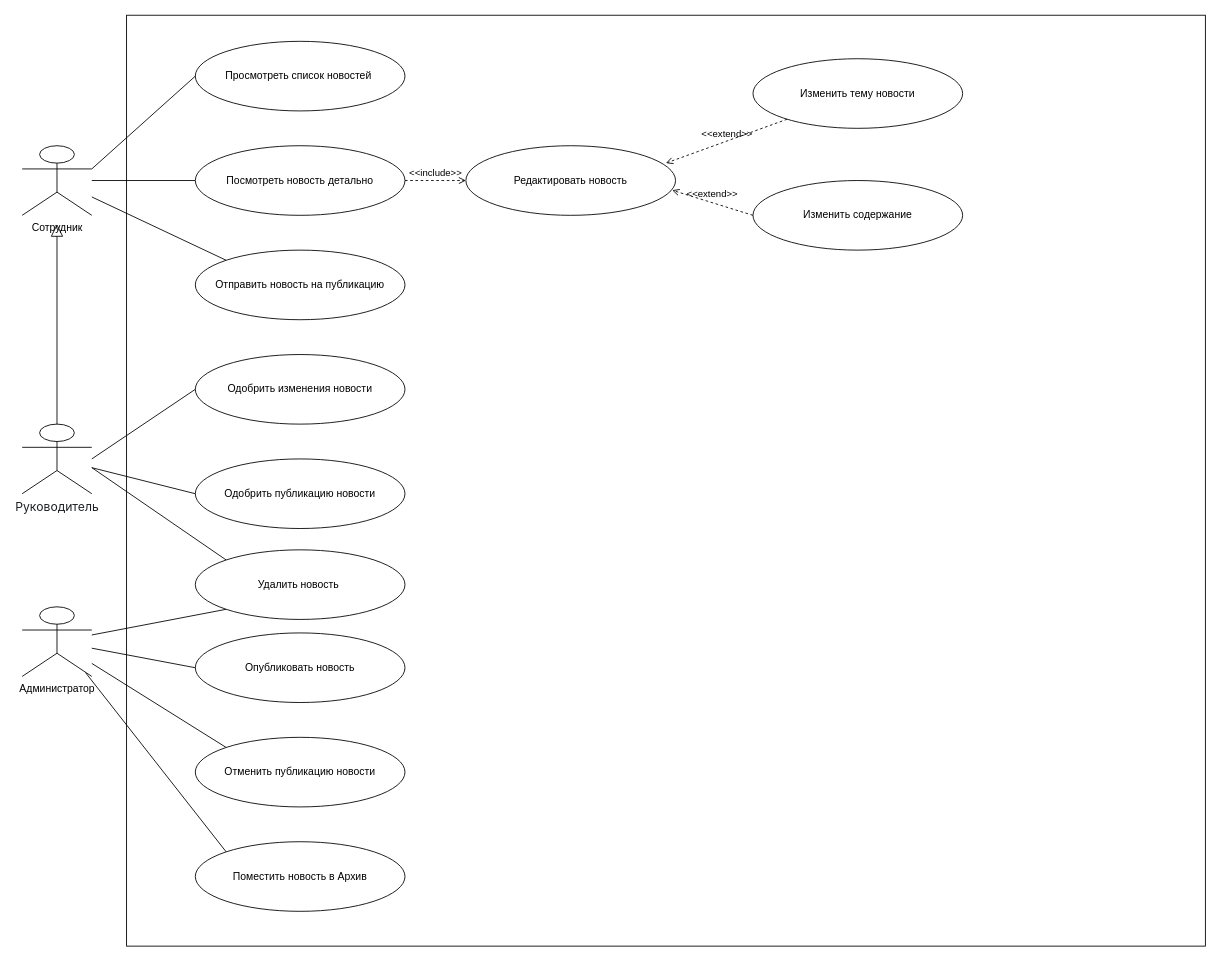
This is Description/Newsfeed/Newsfeed_User.drawio from Fox5113/corporate-social-system, a draw.io file, before an edit. Source tidied: cells renumbered, new cells numbered last; positions are measured from the earlier drawing's top-left corner, leaving out a move shared by most shapes. Both pictures are drawn from the tidied source at 87%, with x=0, y=0 at pixel (22, 15).
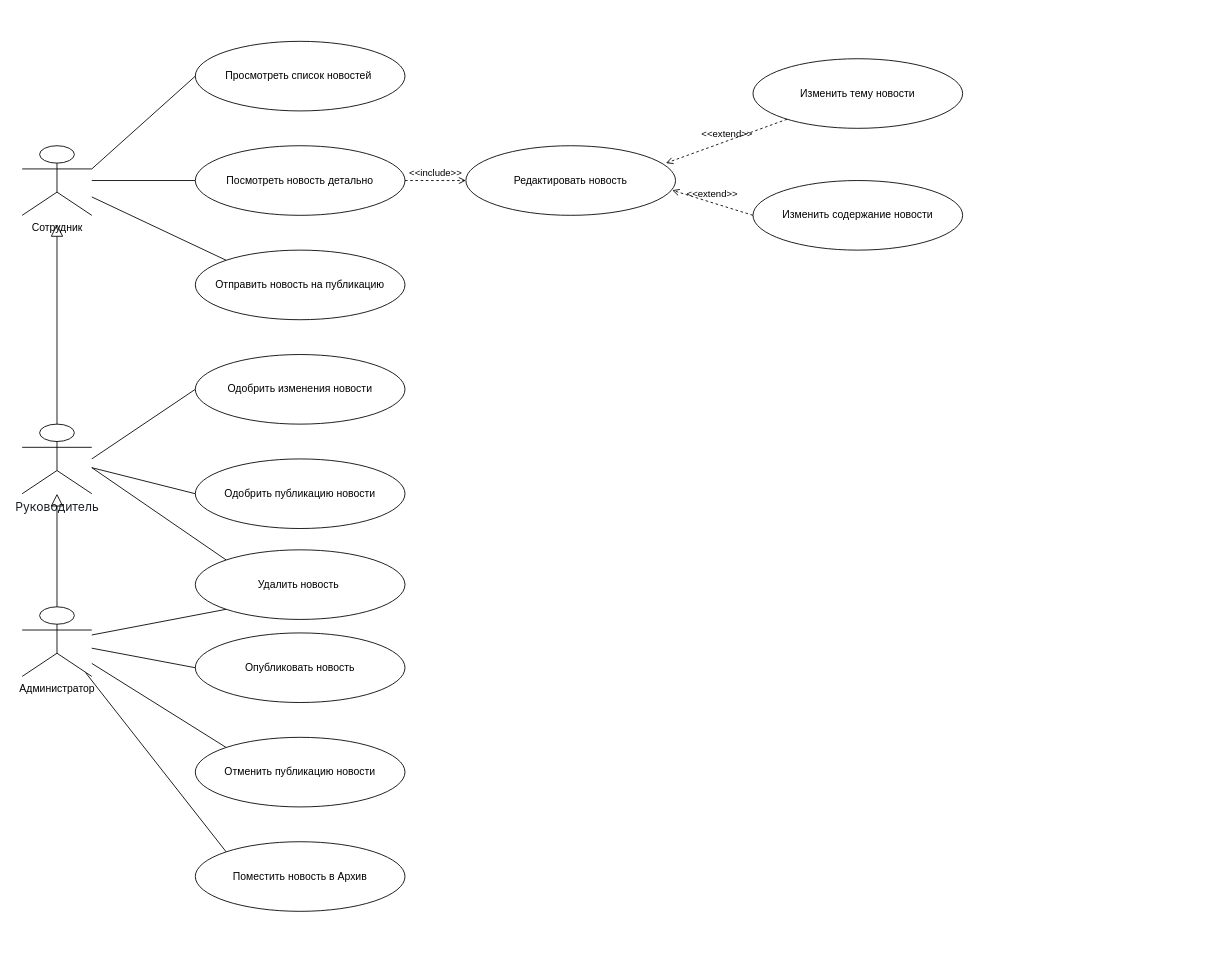
The same page after the edit.

The change refers to these unchanged cells:
```xml
<mxCell id="4" value="&lt;span style=&quot;color: rgb(31, 35, 40); font-family: -apple-system, BlinkMacSystemFont, &amp;quot;Segoe UI&amp;quot;, &amp;quot;Noto Sans&amp;quot;, Helvetica, Arial, sans-serif, &amp;quot;Apple Color Emoji&amp;quot;, &amp;quot;Segoe UI Emoji&amp;quot;; font-size: 14px; text-align: start; text-wrap: wrap; background-color: rgb(255, 255, 255);&quot;&gt;Руководитель&lt;/span&gt;&lt;div&gt;&lt;span style=&quot;color: rgb(31, 35, 40); font-family: -apple-system, BlinkMacSystemFont, &amp;quot;Segoe UI&amp;quot;, &amp;quot;Noto Sans&amp;quot;, Helvetica, Arial, sans-serif, &amp;quot;Apple Color Emoji&amp;quot;, &amp;quot;Segoe UI Emoji&amp;quot;; font-size: 14px; text-align: start; text-wrap: wrap; background-color: rgb(255, 255, 255);&quot;&gt;&lt;br&gt;&lt;/span&gt;&lt;/div&gt;" style="shape=umlActor;verticalLabelPosition=bottom;verticalAlign=top;html=1;outlineConnect=0;" parent="1" vertex="1">
  <mxGeometry y="470" width="80" height="80" as="geometry" />
</mxCell>
<mxCell id="6" value="Администратор" style="shape=umlActor;verticalLabelPosition=bottom;verticalAlign=top;html=1;" parent="1" vertex="1">
  <mxGeometry y="680" width="80" height="80" as="geometry" />
</mxCell>
```

Diff of the diagram source:
```diff
@@
-    <mxCell id="22" value="Изменить содержание" style="ellipse;whiteSpace=wrap;html=1;" parent="1" vertex="1">
+    <mxCell id="22" value="Изменить содержание новости" style="ellipse;whiteSpace=wrap;html=1;" parent="1" vertex="1">
       <mxGeometry x="840" y="190" width="241" height="80" as="geometry" />
     </mxCell>
@@
-    <mxCell id="31" style="rounded=0;whiteSpace=wrap;html=1;align=right;fillColor=none;" parent="1" vertex="1">
-      <mxGeometry x="120" width="1240" height="1070" as="geometry" />
-    </mxCell>
+    <mxCell id="32" style="edgeStyle=none;html=1;endArrow=block;endFill=0;endSize=12;verticalAlign=bottom;rounded=0;exitX=0.5;exitY=0;exitDx=0;exitDy=0;exitPerimeter=0;" parent="1" edge="1" source="6" target="4">
+      <mxGeometry relative="1" as="geometry" />
+    </mxCell>
```
